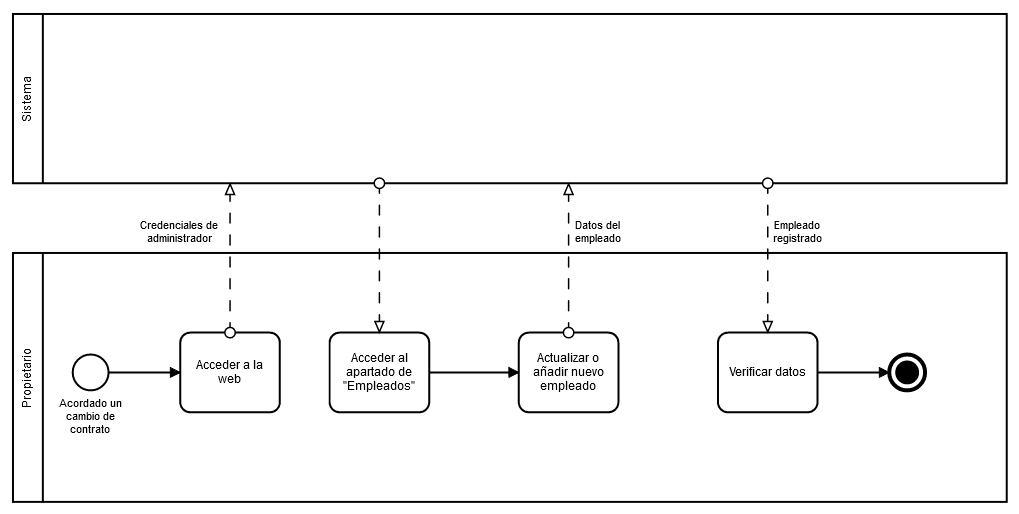
Earlier version of the BPMN export diagramas/diagramas a implantar/ProcesoCreacionEmpleado.png (felipescalera/Proyecto-IR). Its source is kept beside it as diagramas/diagramas a implantar/ProcesoCreacionEmpleado.bpmn. Ids are renumbered.
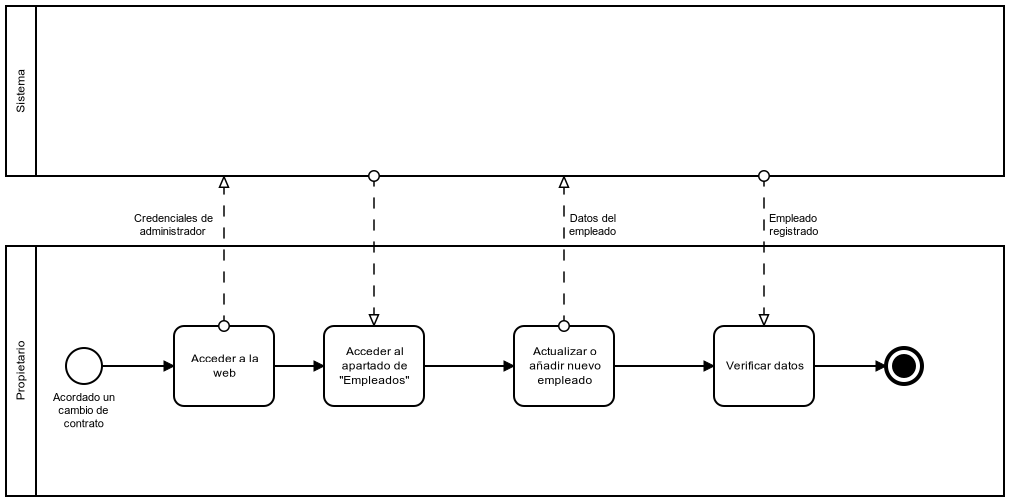
The same diagram one commit later.

The edit, as a diff of the source:
```diff
@@ -14,23 +14,29 @@
     </bpmn:startEvent>
     <bpmn:task id="Activity_n8" name="Acceder a la web">
       <bpmn:incoming>Flow_n16</bpmn:incoming>
+      <bpmn:outgoing>Flow_n21</bpmn:outgoing>
     </bpmn:task>
     <bpmn:sequenceFlow id="Flow_n16" sourceRef="Event_n15" targetRef="Activity_n8" />
     <bpmn:task id="Activity_n10" name="Acceder al apartado de &#34;Empleados&#34;">
+      <bpmn:incoming>Flow_n21</bpmn:incoming>
       <bpmn:outgoing>Flow_n17</bpmn:outgoing>
     </bpmn:task>
     <bpmn:sequenceFlow id="Flow_n17" sourceRef="Activity_n10" targetRef="Activity_n12" />
     <bpmn:task id="Activity_n12" name="Actualizar o añadir nuevo empleado">
       <bpmn:incoming>Flow_n17</bpmn:incoming>
+      <bpmn:outgoing>Flow_n22</bpmn:outgoing>
     </bpmn:task>
     <bpmn:endEvent id="Event_n18">
       <bpmn:incoming>Flow_n19</bpmn:incoming>
       <bpmn:terminateEventDefinition id="TerminateEventDefinition_n20" />
     </bpmn:endEvent>
     <bpmn:task id="Activity_n14" name="Verificar datos">
+      <bpmn:incoming>Flow_n22</bpmn:incoming>
       <bpmn:outgoing>Flow_n19</bpmn:outgoing>
     </bpmn:task>
     <bpmn:sequenceFlow id="Flow_n19" sourceRef="Activity_n14" targetRef="Event_n18" />
+    <bpmn:sequenceFlow id="Flow_n22" sourceRef="Activity_n12" targetRef="Activity_n14" />
+    <bpmn:sequenceFlow id="Flow_n21" sourceRef="Activity_n8" targetRef="Activity_n10" />
   </bpmn:process>
   <bpmndi:BPMNDiagram id="BPMNDiagram_1">
     <bpmndi:BPMNPlane id="BPMNPlane_1" bpmnElement="Collaboration_n2">
@@ -40,17 +46,25 @@
       <bpmndi:BPMNShape id="Participant_n5_di" bpmnElement="Participant_n5" isHorizontal="true">
         <dc:Bounds x="152" y="320" width="998" height="250" />
       </bpmndi:BPMNShape>
-      <bpmndi:BPMNEdge id="Flow_n16_di" bpmnElement="Flow_n16">
-        <di:waypoint x="248" y="440" />
-        <di:waypoint x="320" y="440" />
+      <bpmndi:BPMNEdge id="Flow_n19_di" bpmnElement="Flow_n19">
+        <di:waypoint x="960" y="440" />
+        <di:waypoint x="1032" y="440" />
       </bpmndi:BPMNEdge>
       <bpmndi:BPMNEdge id="Flow_n17_di" bpmnElement="Flow_n17">
         <di:waypoint x="570" y="440" />
         <di:waypoint x="660" y="440" />
       </bpmndi:BPMNEdge>
-      <bpmndi:BPMNEdge id="Flow_n19_di" bpmnElement="Flow_n19">
-        <di:waypoint x="960" y="440" />
-        <di:waypoint x="1032" y="440" />
+      <bpmndi:BPMNEdge id="Flow_n16_di" bpmnElement="Flow_n16">
+        <di:waypoint x="248" y="440" />
+        <di:waypoint x="320" y="440" />
+      </bpmndi:BPMNEdge>
+      <bpmndi:BPMNEdge id="Flow_n22_di" bpmnElement="Flow_n22">
+        <di:waypoint x="760" y="440" />
+        <di:waypoint x="860" y="440" />
+      </bpmndi:BPMNEdge>
+      <bpmndi:BPMNEdge id="Flow_n21_di" bpmnElement="Flow_n21">
+        <di:waypoint x="420" y="440" />
+        <di:waypoint x="470" y="440" />
       </bpmndi:BPMNEdge>
       <bpmndi:BPMNShape id="Event_n15_di" bpmnElement="Event_n15">
         <dc:Bounds x="212" y="422" width="36" height="36" />
```
